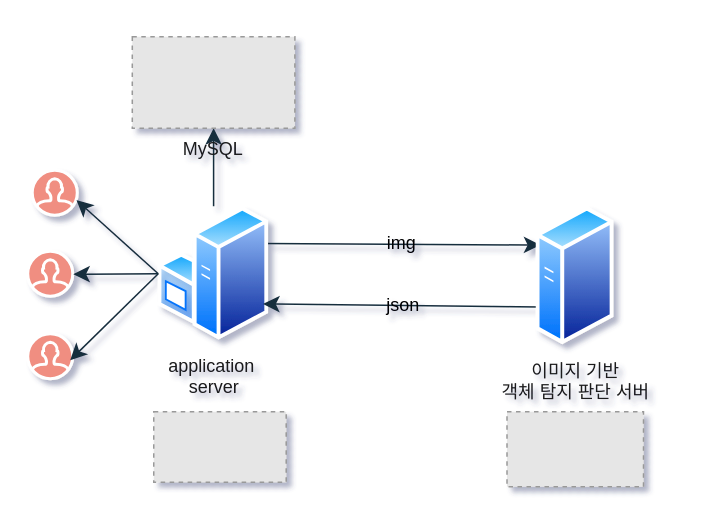
chunsik-mk24/resat.io keeps this draw.io diagram as 제목 없는 다이어그램.drawio. Above is the earlier version. Source tidied: cells renumbered, new cells numbered last; positions are measured from the earlier drawing's top-left corner, leaving out a move shared by most shapes. Both pictures are drawn from the tidied source at 150%, with x=0, y=0 at pixel (27, 36). Pictures stored in the file or linked from it are replaced by grey dashed boxes.
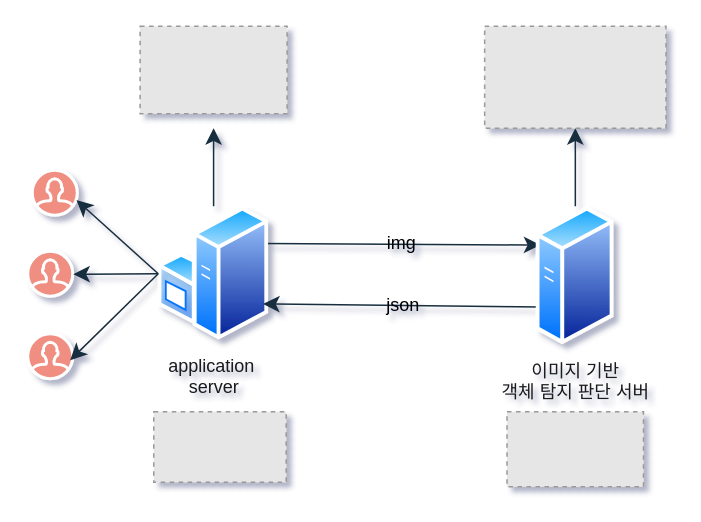
The same diagram, later.

Commit message:
제목 없는 다이어그램.drawio 업데이트

The change refers to these unchanged cells:
```xml
<mxCell id="4" value="application&amp;nbsp;&lt;div&gt;server&lt;/div&gt;" style="image;perimeter=ellipsePerimeter;html=1;align=center;shadow=0;dashed=0;spacingTop=3;image=img/lib/active_directory/windows_server.svg;labelBackgroundColor=none;fillColor=#F08E81;strokeColor=#FFFFFF;fontColor=#1A1A1A;" parent="1" vertex="1">
  <mxGeometry x="87" y="113" width="73.8" height="90" as="geometry" />
</mxCell>
<mxCell id="6" value="이미지 기반&lt;div&gt;객체 탐지 판단 서버&lt;/div&gt;" style="image;perimeter=ellipsePerimeter;html=1;align=center;shadow=0;dashed=0;spacingTop=3;image=img/lib/active_directory/generic_server.svg;labelBackgroundColor=none;fillColor=#F08E81;strokeColor=#FFFFFF;fontColor=#1A1A1A;" parent="1" vertex="1">
  <mxGeometry x="339" y="113" width="52.1" height="93" as="geometry" />
</mxCell>
```

Diff of the diagram source:
```diff
@@
-    <mxCell id="3" style="edgeStyle=none;curved=1;rounded=0;jettySize=auto;html=1;exitX=0.5;exitY=0;exitDx=0;exitDy=0;entryX=0.5;entryY=1;entryDx=0;entryDy=0;fontSize=12;startSize=8;endSize=8;labelBackgroundColor=none;strokeColor=#182E3E;fontColor=default;" parent="1" edge="1" source="4" target="15">
-      <mxGeometry relative="1" as="geometry" />
+    <mxCell id="3" style="edgeStyle=none;curved=1;rounded=0;jettySize=auto;html=1;exitX=0.5;exitY=0;exitDx=0;exitDy=0;entryX=0.5;entryY=1;entryDx=0;entryDy=0;fontSize=12;startSize=8;endSize=8;labelBackgroundColor=none;strokeColor=#182E3E;fontColor=default;" parent="1" edge="1" source="4">
+      <mxGeometry relative="1" as="geometry">
+        <mxPoint x="123.9" y="61" as="targetPoint" />
+      </mxGeometry>
     </mxCell>
@@
+    <mxCell id="18" style="edgeStyle=none;curved=1;rounded=0;jettySize=auto;html=1;exitX=0.5;exitY=0;exitDx=0;exitDy=0;entryX=0.5;entryY=1;entryDx=0;entryDy=0;strokeColor=#182E3E;fontSize=12;fontColor=#1A1A1A;startSize=8;endSize=8;" parent="1" edge="1" source="6" target="20">
+      <mxGeometry relative="1" as="geometry" />
+    </mxCell>
@@
-    <mxCell id="15" value="MySQL" style="fillColor=#E6E6E6;strokeColor=#999999;dashed=1;verticalLabelPosition=bottom;labelBackgroundColor=none;verticalAlign=top;fontColor=#1A1A1A;" parent="1" vertex="1">
-      <mxGeometry x="69.7" width="108.4" height="61" as="geometry" />
-    </mxCell>
@@
+    <mxCell id="19" style="fillColor=#E6E6E6;strokeColor=#999999;dashed=1;verticalLabelPosition=bottom;labelBackgroundColor=default;verticalAlign=top;" parent="1" vertex="1">
+      <mxGeometry x="74.9" y="-7" width="98" height="58.3" as="geometry" />
+    </mxCell>
+    <mxCell id="20" style="fillColor=#E6E6E6;strokeColor=#999999;dashed=1;verticalLabelPosition=bottom;labelBackgroundColor=default;verticalAlign=top;" parent="1" vertex="1">
+      <mxGeometry x="304.6" y="-7" width="120.9" height="68" as="geometry" />
+    </mxCell>
```
